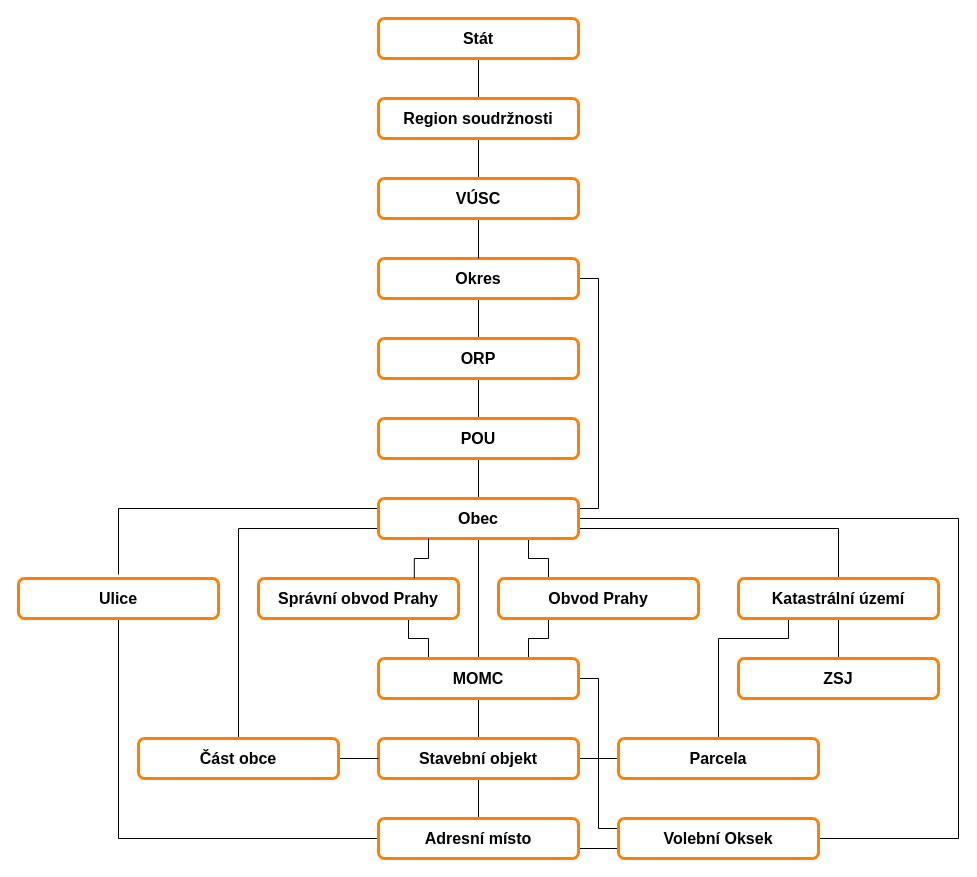
Ufo123CZ/Bachelor keeps this draw.io diagram as doc/Assets/ruian_diagram.drawio. Above is the earlier version. Source tidied: cells renumbered, new cells numbered last; positions are measured from the earlier drawing's top-left corner, leaving out a move shared by most shapes. Both pictures are drawn from the tidied source at 100%, with x=0, y=0 at pixel (18, 18).
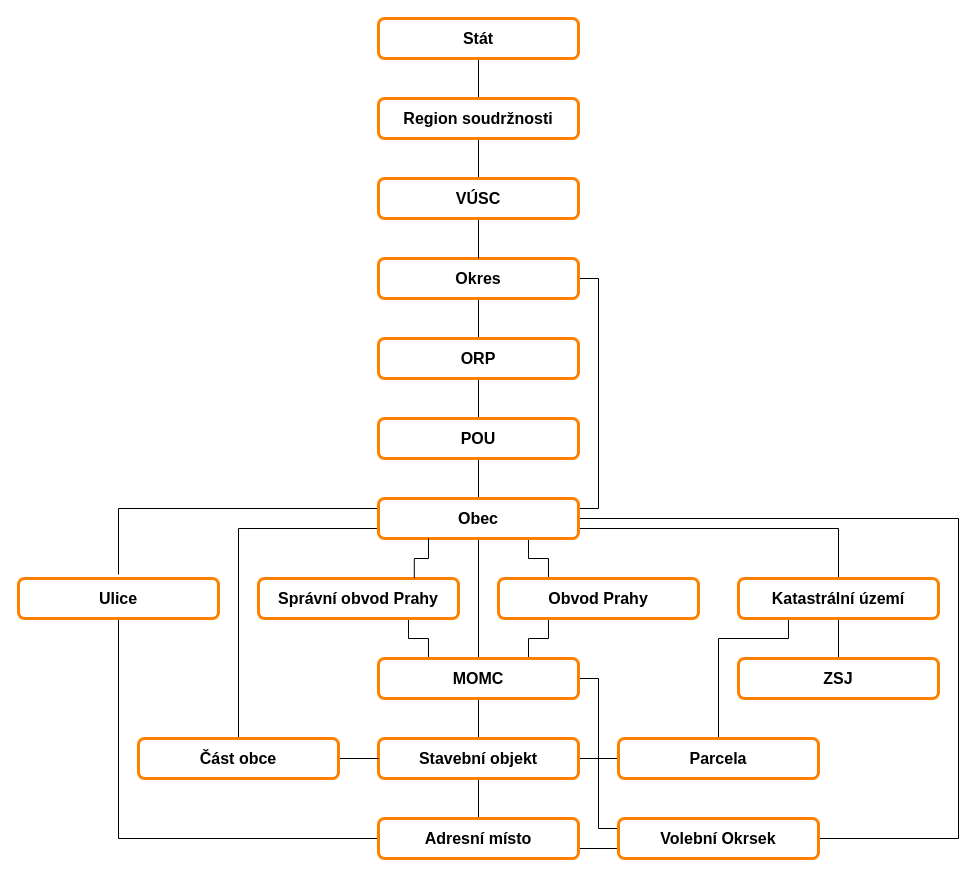
The same diagram, later.

What changed in the source:
```diff
@@
-    <mxCell id="43" value="&lt;span style=&quot;font-size: 16px;&quot;&gt;&lt;b&gt;Volební Oksek&lt;/b&gt;&lt;/span&gt;" style="rounded=1;whiteSpace=wrap;html=1;gradientColor=none;strokeColor=#FF8000;strokeWidth=3;" parent="1" vertex="1">
+    <mxCell id="43" value="&lt;span style=&quot;font-size: 16px;&quot;&gt;&lt;b&gt;Volební Okrsek&lt;/b&gt;&lt;/span&gt;" style="rounded=1;whiteSpace=wrap;html=1;gradientColor=none;strokeColor=#FF8000;strokeWidth=3;" parent="1" vertex="1">
       <mxGeometry x="600" y="800" width="200" height="40" as="geometry" />
     </mxCell>
```
